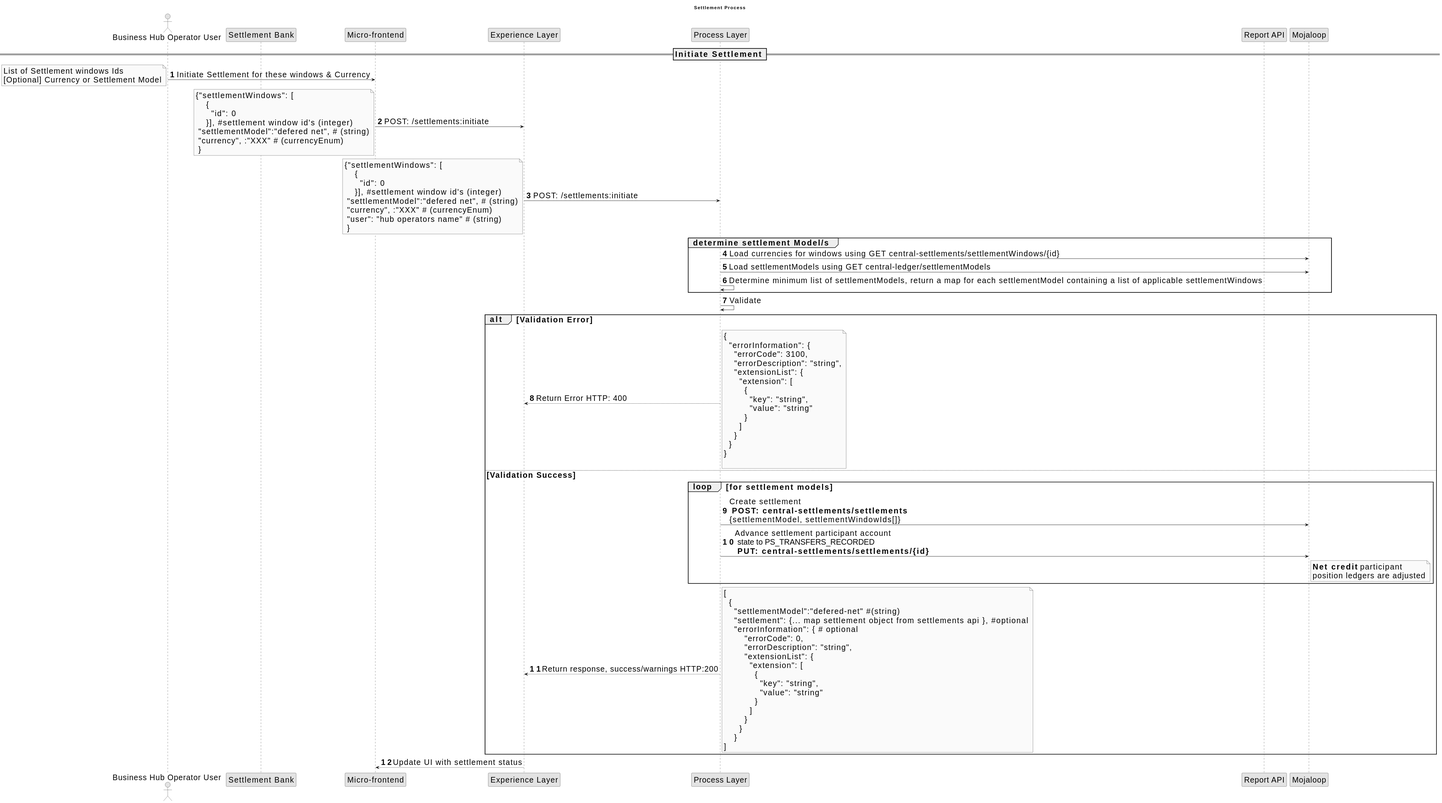
Earlier version of the PlantUML export docs/.vuepress/public/settlementProcessInitiationErrors.svg (mojaloop/business-operations-framework-docs).
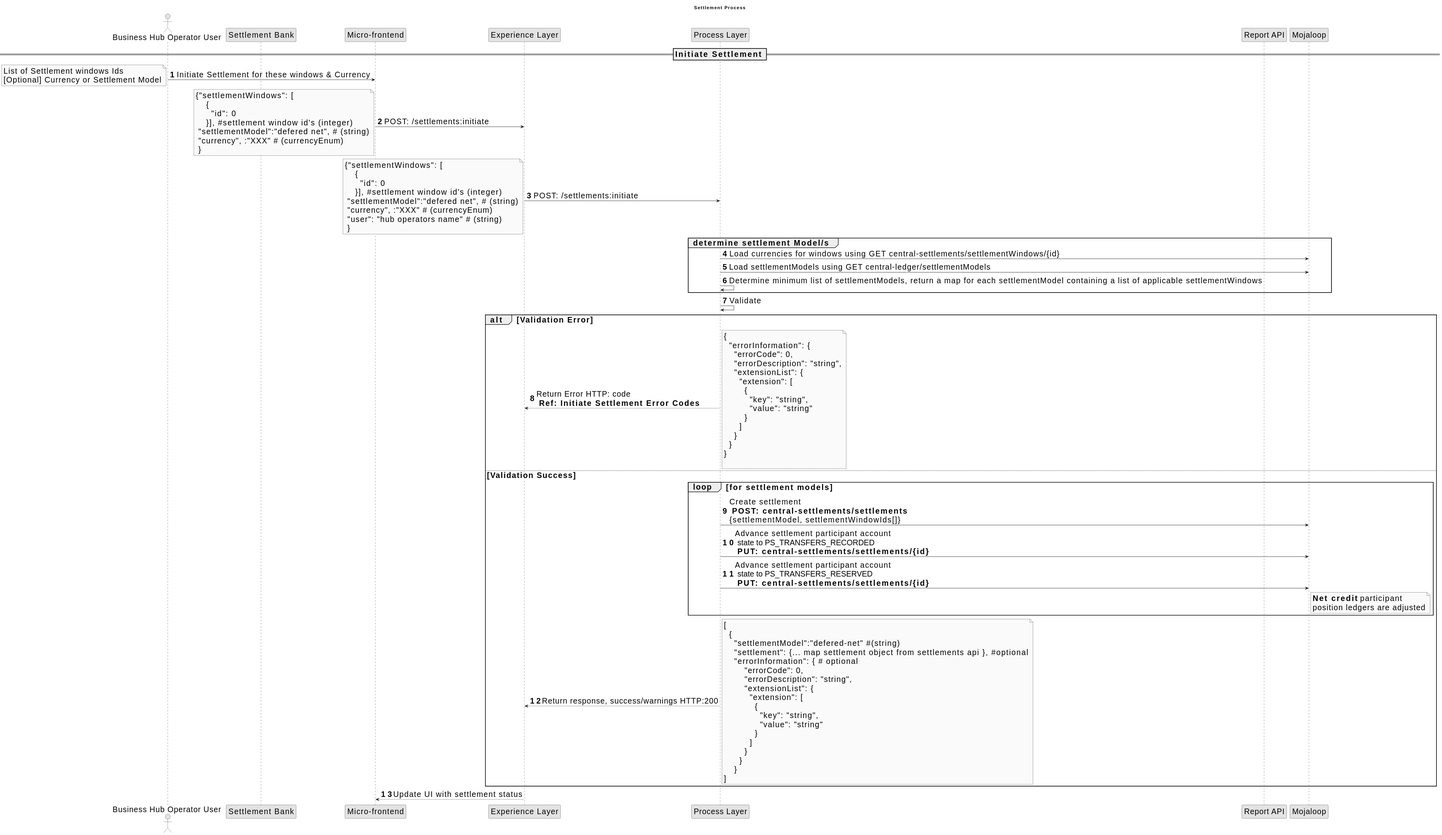
After the commit.

Commit message:
error cases

What changed in the source:
```diff
@@ -55,12 +55,12 @@
 end
 pl->pl: Validate
 alt Validation Error
-  pl-->el: Return Error HTTP: 400
+  pl-->el: Return Error HTTP: code \n <b>Ref: Initiate Settlement Error Codes</b>
 
   note right
     {
       "errorInformation": {
-        "errorCode": 3100,
+        "errorCode": 0,
         "errorDescription": "string",
         "extensionList": {
           "extension": [
@@ -78,6 +78,8 @@
   loop for settlement models
   pl->moja: Create settlement \n **POST: central-settlements/settlements** \n{settlementModel, settlementWindowIds[]}
   pl->moja: Advance settlement participant account\n state to PS_TRANSFERS_RECORDED \n **PUT: central-settlements/settlements/{id}**
+  pl->moja: Advance settlement participant account\n state to PS_TRANSFERS_RESERVED \n **PUT: central-settlements/settlements/{id}**
+
   note right moja
   **Net credit** participant
   position ledgers are adjusted
```
